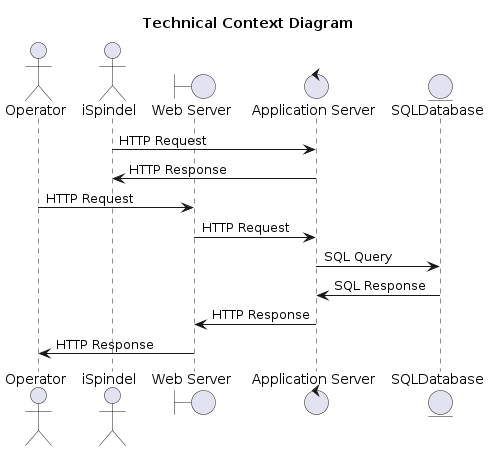
Before: documents/01-Conception-Phase/images/03-Context-View-Technical.png, a diagram exported from PlantUML (asbor/iu-project-software-engineering).
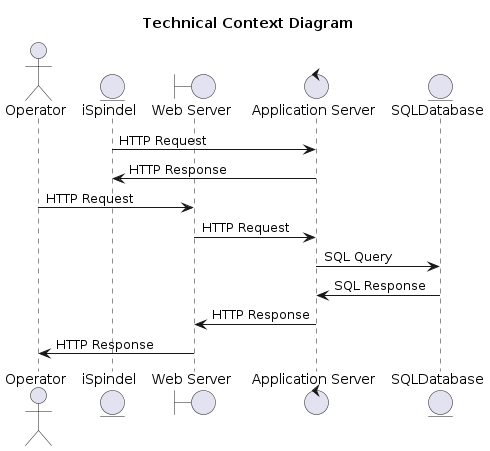
After the change.

Change to the diagram source:
```diff
@@ -3,11 +3,10 @@
 title Technical Context Diagram
 
 actor user as "Operator"
-actor ISpindel as "iSpindel"
+entity ISpindel as "iSpindel"
 boundary WebServer as "Web Server"
 control AppServer as "Application Server"
 entity Database as "SQLDatabase"
-
 
 ISpindel -> AppServer : HTTP Request
 AppServer -> ISpindel : HTTP Response
```
